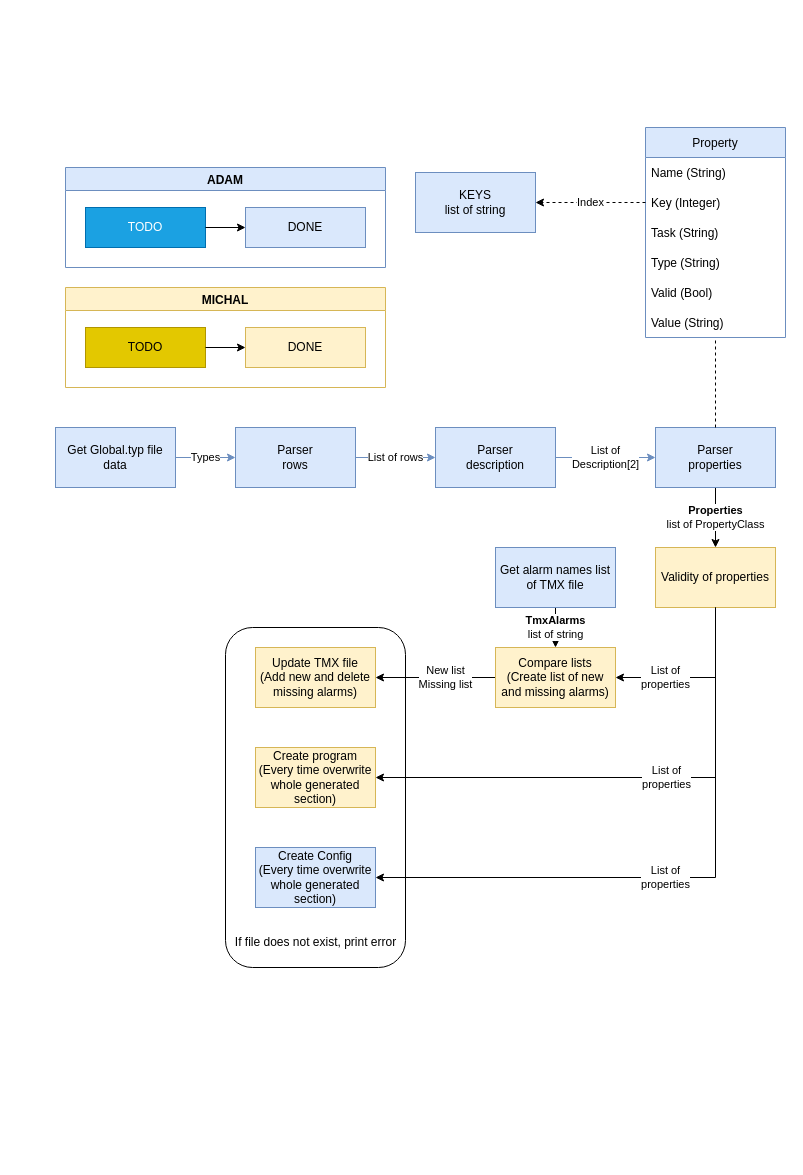
br-automation-community-oss/create-alarms keeps this draw.io diagram as CreateAlarms.drawio. Above is the earlier version. Source tidied: cells renumbered, new cells numbered last; positions are measured from the earlier drawing's top-left corner, leaving out a move shared by most shapes. Both pictures are drawn from the tidied source at 100%, with x=0, y=0 at pixel (55, 127).
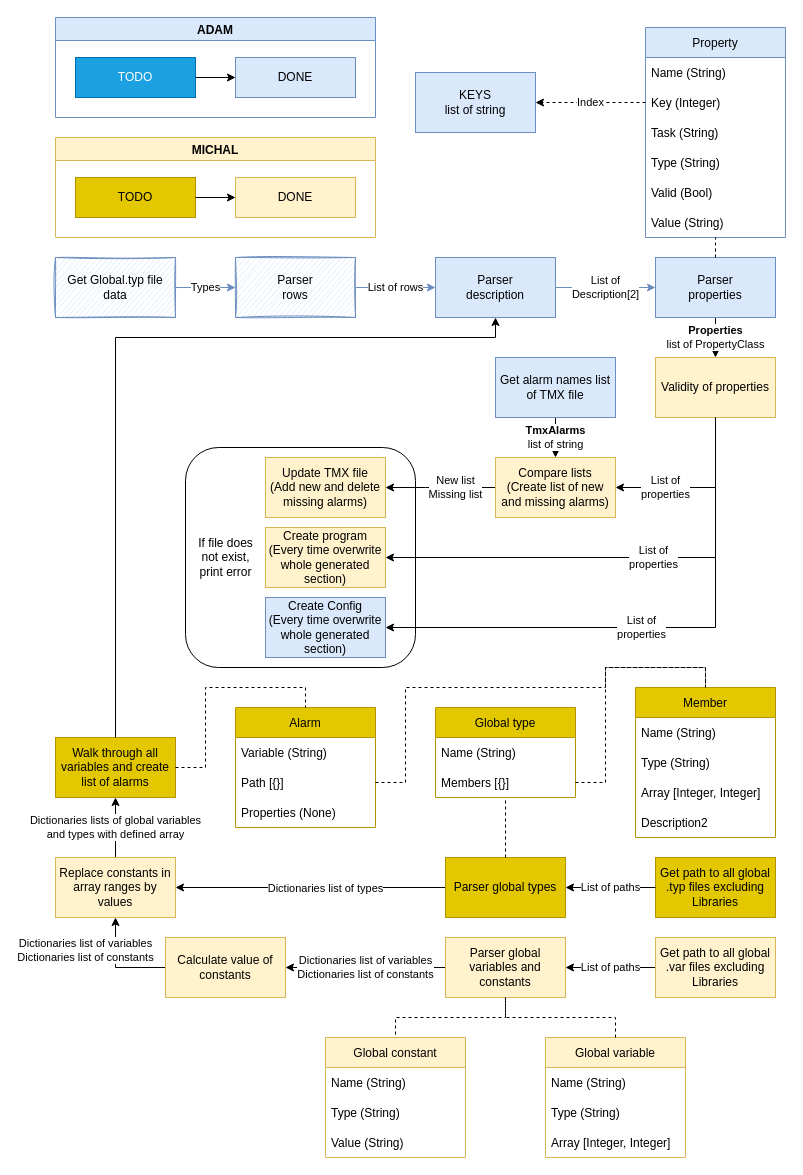
The same page after the edit.

The edit, as a diff of the source:
```diff
@@
     <mxCell id="2" style="rounded=1;whiteSpace=wrap;html=1;labelBackgroundColor=none;" parent="1" vertex="1">
-      <mxGeometry x="170" y="500" width="180" height="340" as="geometry" />
+      <mxGeometry x="130" y="320" width="230" height="220" as="geometry" />
     </mxCell>
     <mxCell id="3" value="Property" style="swimlane;fontStyle=0;horizontal=1;startSize=30;fillColor=#dae8fc;strokeColor=#6c8ebf;" parent="1" vertex="1">
-      <mxGeometry x="590" width="140" height="210" as="geometry" />
+      <mxGeometry x="590" y="-100" width="140" height="210" as="geometry" />
     </mxCell>
@@
     <mxCell id="11" value="Parser&lt;br&gt;description" style="rounded=0;whiteSpace=wrap;html=1;fillColor=#dae8fc;strokeColor=#6c8ebf;" parent="1" vertex="1">
-      <mxGeometry x="380" y="300" width="120" height="60" as="geometry" />
+      <mxGeometry x="380" y="130" width="120" height="60" as="geometry" />
     </mxCell>
@@
-    <mxCell id="13" value="Parser&lt;br&gt;rows" style="rounded=0;whiteSpace=wrap;html=1;fillColor=#dae8fc;strokeColor=#6c8ebf;" parent="1" vertex="1">
-      <mxGeometry x="180" y="300" width="120" height="60" as="geometry" />
+    <mxCell id="13" value="Parser&lt;br&gt;rows" style="rounded=0;whiteSpace=wrap;html=1;fillColor=#dae8fc;strokeColor=#6c8ebf;gradientDirection=west;glass=0;shadow=0;sketch=1;" parent="1" vertex="1">
+      <mxGeometry x="180" y="130" width="120" height="60" as="geometry" />
     </mxCell>
@@
     <mxCell id="15" value="Parser&lt;br&gt;properties" style="rounded=0;whiteSpace=wrap;html=1;fillColor=#dae8fc;strokeColor=#6c8ebf;" parent="1" vertex="1">
-      <mxGeometry x="600" y="300" width="120" height="60" as="geometry" />
+      <mxGeometry x="600" y="130" width="120" height="60" as="geometry" />
     </mxCell>
@@
     <mxCell id="17" value="List of&lt;br&gt;properties" style="edgeStyle=orthogonalEdgeStyle;rounded=0;jettySize=auto;html=1;entryX=1;entryY=0.5;entryDx=0;entryDy=0;" parent="1" edge="1" source="18" target="21">
       <mxGeometry x="-0.14" relative="1" as="geometry">
         <Array as="points">
-          <mxPoint x="660" y="650" />
+          <mxPoint x="660" y="430" />
         </Array>
       </mxGeometry>
     </mxCell>
     <mxCell id="18" value="Validity&amp;nbsp;of properties" style="rounded=0;whiteSpace=wrap;html=1;fillColor=#fff2cc;strokeColor=#d6b656;" parent="1" vertex="1">
-      <mxGeometry x="600" y="420" width="120" height="60" as="geometry" />
+      <mxGeometry x="600" y="230" width="120" height="60" as="geometry" />
     </mxCell>
     <mxCell id="19" value="KEYS&lt;br&gt;list of string" style="rounded=0;whiteSpace=wrap;html=1;fillColor=#dae8fc;strokeColor=#6c8ebf;" parent="1" vertex="1">
-      <mxGeometry x="360" y="45" width="120" height="60" as="geometry" />
+      <mxGeometry x="360" y="-55" width="120" height="60" as="geometry" />
     </mxCell>
@@
     <mxCell id="21" value="Create program&lt;br&gt;(Every time overwrite whole generated section)" style="whiteSpace=wrap;html=1;rounded=0;fillColor=#fff2cc;strokeColor=#d6b656;" parent="1" vertex="1">
-      <mxGeometry x="200" y="620" width="120" height="60" as="geometry" />
+      <mxGeometry x="210" y="400" width="120" height="60" as="geometry" />
     </mxCell>
     <mxCell id="22" value="Create Config&lt;br&gt;(Every time overwrite whole generated section)" style="whiteSpace=wrap;html=1;rounded=0;fillColor=#dae8fc;strokeColor=#6c8ebf;" parent="1" vertex="1">
-      <mxGeometry x="200" y="720" width="120" height="60" as="geometry" />
+      <mxGeometry x="210" y="470" width="120" height="60" as="geometry" />
     </mxCell>
@@
-    <mxCell id="24" value="Get Global.typ file data" style="rounded=0;whiteSpace=wrap;html=1;fillColor=#dae8fc;strokeColor=#6c8ebf;" parent="1" vertex="1">
-      <mxGeometry y="300" width="120" height="60" as="geometry" />
+    <mxCell id="24" value="Get Global.typ file data" style="rounded=0;whiteSpace=wrap;html=1;fillColor=#dae8fc;strokeColor=#6c8ebf;gradientDirection=west;glass=0;shadow=0;sketch=1;" parent="1" vertex="1">
+      <mxGeometry y="130" width="120" height="60" as="geometry" />
     </mxCell>
     <mxCell id="25" value="List of&lt;br&gt;properties" style="edgeStyle=orthogonalEdgeStyle;rounded=0;jettySize=auto;html=1;entryX=1;entryY=0.5;entryDx=0;entryDy=0;exitX=0.5;exitY=1;exitDx=0;exitDy=0;" parent="1" edge="1" source="18" target="22">
       <mxGeometry x="0.05" relative="1" as="geometry">
         <Array as="points">
-          <mxPoint x="660" y="750" />
+          <mxPoint x="660" y="500" />
         </Array>
       </mxGeometry>
     </mxCell>
     <mxCell id="26" value="New list&lt;br&gt;Missing list" style="edgeStyle=orthogonalEdgeStyle;rounded=0;jettySize=auto;html=1;" parent="1" edge="1" source="27" target="32">
-      <mxGeometry x="-0.17" relative="1" as="geometry" />
+      <mxGeometry x="-0.27" relative="1" as="geometry">
+        <Array as="points">
+          <mxPoint x="370" y="360" />
+          <mxPoint x="370" y="360" />
+        </Array>
+      </mxGeometry>
     </mxCell>
     <mxCell id="27" value="Compare lists&lt;br&gt;(Create list of new and missing alarms)" style="rounded=0;whiteSpace=wrap;html=1;fillColor=#fff2cc;strokeColor=#d6b656;" parent="1" vertex="1">
-      <mxGeometry x="440" y="520" width="120" height="60" as="geometry" />
+      <mxGeometry x="440" y="330" width="120" height="60" as="geometry" />
     </mxCell>
@@
     <mxCell id="29" value="Get alarm names list of TMX file" style="rounded=0;whiteSpace=wrap;html=1;fillColor=#dae8fc;strokeColor=#6c8ebf;" parent="1" vertex="1">
-      <mxGeometry x="440" y="420" width="120" height="60" as="geometry" />
+      <mxGeometry x="440" y="230" width="120" height="60" as="geometry" />
     </mxCell>
     <mxCell id="30" value="List of&lt;br&gt;properties" style="edgeStyle=orthogonalEdgeStyle;rounded=0;jettySize=auto;html=1;entryX=1;entryY=0.5;entryDx=0;entryDy=0;exitX=0.5;exitY=1;exitDx=0;exitDy=0;" parent="1" edge="1" source="18" target="27">
       <mxGeometry x="0.41" relative="1" as="geometry">
         <Array as="points">
-          <mxPoint x="660" y="550" />
+          <mxPoint x="660" y="360" />
         </Array>
       </mxGeometry>
     </mxCell>
-    <mxCell id="31" value="If file does not exist, print error" style="text;html=1;align=center;verticalAlign=middle;strokeColor=none;fillColor=none;" parent="1" vertex="1">
-      <mxGeometry x="170" y="805" width="180" height="20" as="geometry" />
+    <mxCell id="31" value="If file does&lt;br&gt;not exist,&lt;br&gt;print error" style="text;html=1;align=center;verticalAlign=middle;strokeColor=none;fillColor=none;" parent="1" vertex="1">
+      <mxGeometry x="135" y="405" width="70" height="50" as="geometry" />
     </mxCell>
     <mxCell id="32" value="Update TMX file&lt;br&gt;(Add new and delete missing alarms)" style="rounded=0;whiteSpace=wrap;html=1;fillColor=#fff2cc;strokeColor=#d6b656;" parent="1" vertex="1">
-      <mxGeometry x="200" y="520" width="120" height="60" as="geometry" />
+      <mxGeometry x="210" y="330" width="120" height="60" as="geometry" />
     </mxCell>
     <mxCell id="33" value="ADAM" style="swimlane;fillColor=#dae8fc;strokeColor=#6c8ebf;" parent="1" vertex="1">
-      <mxGeometry x="10" y="40" width="320" height="100" as="geometry" />
+      <mxGeometry y="-110" width="320" height="100" as="geometry" />
     </mxCell>
@@
     <mxCell id="37" value="MICHAL" style="swimlane;fillColor=#fff2cc;strokeColor=#d6b656;" parent="1" vertex="1">
-      <mxGeometry x="10" y="160" width="320" height="100" as="geometry" />
+      <mxGeometry y="10" width="320" height="100" as="geometry" />
     </mxCell>
@@
+    <mxCell id="41" value="List of paths" style="edgeStyle=orthogonalEdgeStyle;rounded=0;jettySize=auto;html=1;" parent="1" edge="1" source="42" target="44">
+      <mxGeometry relative="1" as="geometry" />
+    </mxCell>
+    <mxCell id="42" value="Get path to all global .var files excluding Libraries" style="rounded=0;whiteSpace=wrap;html=1;fillColor=#fff2cc;strokeColor=#d6b656;" parent="1" vertex="1">
+      <mxGeometry x="600" y="810" width="120" height="60" as="geometry" />
+    </mxCell>
+    <mxCell id="43" value="Dictionaries list of variables&lt;br&gt;Dictionaries list of constants" style="edgeStyle=orthogonalEdgeStyle;rounded=0;jettySize=auto;html=1;" parent="1" edge="1" source="44" target="56">
+      <mxGeometry relative="1" as="geometry" />
+    </mxCell>
+    <mxCell id="44" value="Parser global variables and constants" style="whiteSpace=wrap;html=1;rounded=0;strokeColor=#d6b656;fillColor=#fff2cc;" parent="1" vertex="1">
+      <mxGeometry x="390" y="810" width="120" height="60" as="geometry" />
+    </mxCell>
+    <mxCell id="45" value="Global variable" style="swimlane;fontStyle=0;horizontal=1;startSize=30;fillColor=#fff2cc;strokeColor=#d6b656;" parent="1" vertex="1">
+      <mxGeometry x="490" y="910" width="140" height="120" as="geometry" />
+    </mxCell>
+    <mxCell id="46" value="Name (String)" style="text;strokeColor=none;fillColor=none;align=left;verticalAlign=middle;spacingLeft=4;spacingRight=4;overflow=hidden;" parent="45" vertex="1">
+      <mxGeometry y="30" width="140" height="30" as="geometry" />
+    </mxCell>
+    <mxCell id="47" value="Type (String)" style="text;strokeColor=none;fillColor=none;align=left;verticalAlign=middle;spacingLeft=4;spacingRight=4;overflow=hidden;" parent="45" vertex="1">
+      <mxGeometry y="60" width="140" height="30" as="geometry" />
+    </mxCell>
+    <mxCell id="48" value="Array [Integer, Integer]" style="text;strokeColor=none;fillColor=none;align=left;verticalAlign=middle;spacingLeft=4;spacingRight=4;overflow=hidden;" parent="45" vertex="1">
+      <mxGeometry y="90" width="140" height="30" as="geometry" />
+    </mxCell>
+    <mxCell id="49" style="endArrow=none;dashed=1;html=1;rounded=0;entryX=0.5;entryY=1;entryDx=0;entryDy=0;exitX=0.5;exitY=0;exitDx=0;exitDy=0;" parent="1" edge="1" source="45" target="44">
+      <mxGeometry relative="1" as="geometry">
+        <Array as="points">
+          <mxPoint x="560" y="890" />
+          <mxPoint x="450" y="890" />
+        </Array>
+      </mxGeometry>
+    </mxCell>
+    <mxCell id="50" value="Global constant" style="swimlane;fontStyle=0;horizontal=1;startSize=30;fillColor=#fff2cc;strokeColor=#d6b656;" parent="1" vertex="1">
+      <mxGeometry x="270" y="910" width="140" height="120" as="geometry" />
+    </mxCell>
+    <mxCell id="51" value="Name (String)" style="text;strokeColor=none;fillColor=none;align=left;verticalAlign=middle;spacingLeft=4;spacingRight=4;overflow=hidden;" parent="50" vertex="1">
+      <mxGeometry y="30" width="140" height="30" as="geometry" />
+    </mxCell>
+    <mxCell id="52" value="Type (String)" style="text;strokeColor=none;fillColor=none;align=left;verticalAlign=middle;spacingLeft=4;spacingRight=4;overflow=hidden;" parent="50" vertex="1">
+      <mxGeometry y="60" width="140" height="30" as="geometry" />
+    </mxCell>
+    <mxCell id="53" value="Value (String)" style="text;strokeColor=none;fillColor=none;align=left;verticalAlign=middle;spacingLeft=4;spacingRight=4;overflow=hidden;" parent="50" vertex="1">
+      <mxGeometry y="90" width="140" height="30" as="geometry" />
+    </mxCell>
+    <mxCell id="54" style="endArrow=none;dashed=1;html=1;rounded=0;exitX=0.5;exitY=1;exitDx=0;exitDy=0;entryX=0.5;entryY=0;entryDx=0;entryDy=0;" parent="1" edge="1" source="44" target="50">
+      <mxGeometry relative="1" as="geometry">
+        <Array as="points">
+          <mxPoint x="450" y="890" />
+          <mxPoint x="340" y="890" />
+        </Array>
+      </mxGeometry>
+    </mxCell>
+    <mxCell id="55" value="Dictionaries list of variables&lt;br&gt;Dictionaries list of constants" style="edgeStyle=orthogonalEdgeStyle;rounded=0;jettySize=auto;html=1;exitX=0;exitY=0.5;exitDx=0;exitDy=0;" parent="1" edge="1" source="56" target="58">
+      <mxGeometry x="0.33" y="30" relative="1" as="geometry" />
+    </mxCell>
+    <mxCell id="56" value="Calculate value of constants" style="whiteSpace=wrap;html=1;rounded=0;strokeColor=#d6b656;fillColor=#fff2cc;" parent="1" vertex="1">
+      <mxGeometry x="110" y="810" width="120" height="60" as="geometry" />
+    </mxCell>
+    <mxCell id="57" value="Dictionaries lists of global variables&lt;br&gt;and types with defined array" style="edgeStyle=orthogonalEdgeStyle;rounded=0;jettySize=auto;html=1;" parent="1" edge="1" source="58" target="59">
+      <mxGeometry relative="1" as="geometry" />
+    </mxCell>
+    <mxCell id="58" value="Replace constants in array ranges by values" style="whiteSpace=wrap;html=1;rounded=0;strokeColor=#d6b656;fillColor=#fff2cc;" parent="1" vertex="1">
+      <mxGeometry y="730" width="120" height="60" as="geometry" />
+    </mxCell>
+    <mxCell id="59" value="Walk through all variables and create list of alarms" style="whiteSpace=wrap;html=1;rounded=0;strokeColor=#B09500;fillColor=#e3c800;fontColor=#000000;" parent="1" vertex="1">
+      <mxGeometry y="610" width="120" height="60" as="geometry" />
+    </mxCell>
+    <mxCell id="60" style="edgeStyle=orthogonalEdgeStyle;rounded=0;jettySize=auto;html=1;entryX=1;entryY=0.5;entryDx=0;entryDy=0;exitX=0;exitY=0.5;exitDx=0;exitDy=0;" parent="1" edge="1" source="64" target="58">
+      <mxGeometry relative="1" as="geometry" />
+    </mxCell>
+    <mxCell id="61" value="Dictionaries list of types" style="edgeLabel;html=1;align=center;verticalAlign=middle;" parent="60" vertex="1">
+      <mxGeometry x="-0.46" y="1" relative="1" as="geometry">
+        <mxPoint x="-48" y="-1" as="offset" />
+      </mxGeometry>
+    </mxCell>
+    <mxCell id="62" value="Get path to all global .typ files excluding Libraries" style="whiteSpace=wrap;html=1;rounded=0;strokeColor=#B09500;fillColor=#e3c800;fontColor=#000000;" parent="1" vertex="1">
+      <mxGeometry x="600" y="730" width="120" height="60" as="geometry" />
+    </mxCell>
+    <mxCell id="63" value="List of paths" style="edgeStyle=orthogonalEdgeStyle;rounded=0;jettySize=auto;html=1;exitX=0;exitY=0.5;exitDx=0;exitDy=0;" parent="1" edge="1" source="62" target="64">
+      <mxGeometry relative="1" as="geometry" />
+    </mxCell>
+    <mxCell id="64" value="Parser global types" style="whiteSpace=wrap;html=1;rounded=0;strokeColor=#B09500;fillColor=#e3c800;fontColor=#000000;" parent="1" vertex="1">
+      <mxGeometry x="390" y="730" width="120" height="60" as="geometry" />
+    </mxCell>
+    <mxCell id="65" value="Global type" style="swimlane;fontStyle=0;horizontal=1;startSize=30;fillColor=#e3c800;strokeColor=#B09500;fontColor=#000000;" parent="1" vertex="1">
+      <mxGeometry x="380" y="580" width="140" height="90" as="geometry" />
+    </mxCell>
+    <mxCell id="66" value="Name (String)" style="text;align=left;verticalAlign=middle;spacingLeft=4;spacingRight=4;overflow=hidden;" parent="65" vertex="1">
+      <mxGeometry y="30" width="140" height="30" as="geometry" />
+    </mxCell>
+    <mxCell id="67" value="Members [{}]" style="text;strokeColor=none;fillColor=none;align=left;verticalAlign=middle;spacingLeft=4;spacingRight=4;overflow=hidden;points=[[0,0.5],[1,0.5]];portConstraint=eastwest;" parent="65" vertex="1">
+      <mxGeometry y="60" width="140" height="30" as="geometry" />
+    </mxCell>
+    <mxCell id="68" style="endArrow=none;dashed=1;html=1;rounded=0;entryX=0.5;entryY=0;entryDx=0;entryDy=0;exitX=0.5;exitY=1.1;exitDx=0;exitDy=0;exitPerimeter=0;" parent="1" edge="1" source="67" target="64">
+      <mxGeometry relative="1" as="geometry" />
+    </mxCell>
+    <mxCell id="69" style="endArrow=none;dashed=1;html=1;rounded=0;exitX=1;exitY=0.5;exitDx=0;exitDy=0;entryX=0.5;entryY=0;entryDx=0;entryDy=0;" parent="1" edge="1" source="67" target="70">
+      <mxGeometry relative="1" as="geometry">
+        <Array as="points">
+          <mxPoint x="550" y="655" />
+          <mxPoint x="550" y="540" />
+          <mxPoint x="650" y="540" />
+        </Array>
+      </mxGeometry>
+    </mxCell>
+    <mxCell id="70" value="Member" style="swimlane;fontStyle=0;horizontal=1;startSize=30;fillColor=#e3c800;strokeColor=#B09500;fontColor=#000000;" parent="1" vertex="1">
+      <mxGeometry x="580" y="560" width="140" height="150" as="geometry" />
+    </mxCell>
+    <mxCell id="71" value="Name (String)" style="text;strokeColor=none;fillColor=none;align=left;verticalAlign=middle;spacingLeft=4;spacingRight=4;overflow=hidden;" parent="70" vertex="1">
+      <mxGeometry y="30" width="140" height="30" as="geometry" />
+    </mxCell>
+    <mxCell id="72" value="Type (String)" style="text;strokeColor=none;fillColor=none;align=left;verticalAlign=middle;spacingLeft=4;spacingRight=4;overflow=hidden;" parent="70" vertex="1">
+      <mxGeometry y="60" width="140" height="30" as="geometry" />
+    </mxCell>
+    <mxCell id="73" value="Array [Integer, Integer]" style="text;strokeColor=none;fillColor=none;align=left;verticalAlign=middle;spacingLeft=4;spacingRight=4;overflow=hidden;" parent="70" vertex="1">
+      <mxGeometry y="90" width="140" height="30" as="geometry" />
+    </mxCell>
+    <mxCell id="74" value="Description2" style="text;strokeColor=none;fillColor=none;align=left;verticalAlign=middle;spacingLeft=4;spacingRight=4;overflow=hidden;" parent="70" vertex="1">
+      <mxGeometry y="120" width="140" height="30" as="geometry" />
+    </mxCell>
+    <mxCell id="75" value="Alarm" style="swimlane;fontStyle=0;horizontal=1;startSize=30;fillColor=#e3c800;strokeColor=#B09500;fontColor=#000000;" parent="1" vertex="1">
+      <mxGeometry x="180" y="580" width="140" height="120" as="geometry" />
+    </mxCell>
+    <mxCell id="76" value="Variable (String)" style="text;strokeColor=none;fillColor=none;align=left;verticalAlign=middle;spacingLeft=4;spacingRight=4;overflow=hidden;" parent="75" vertex="1">
+      <mxGeometry y="30" width="140" height="30" as="geometry" />
+    </mxCell>
+    <mxCell id="77" value="Path [{}]" style="text;strokeColor=none;fillColor=none;align=left;verticalAlign=middle;spacingLeft=4;spacingRight=4;overflow=hidden;points=[[0,0.5],[1,0.5]];portConstraint=eastwest;" parent="75" vertex="1">
+      <mxGeometry y="60" width="140" height="30" as="geometry" />
+    </mxCell>
+    <mxCell id="78" value="Properties (None)" style="text;strokeColor=none;fillColor=none;align=left;verticalAlign=middle;spacingLeft=4;spacingRight=4;overflow=hidden;" parent="75" vertex="1">
+      <mxGeometry y="90" width="140" height="30" as="geometry" />
+    </mxCell>
+    <mxCell id="79" style="endArrow=none;dashed=1;html=1;rounded=0;entryX=0.5;entryY=0;entryDx=0;entryDy=0;exitX=1;exitY=0.5;exitDx=0;exitDy=0;" parent="1" edge="1" source="77" target="70">
+      <mxGeometry relative="1" as="geometry">
+        <Array as="points">
+          <mxPoint x="350" y="655" />
+          <mxPoint x="350" y="560" />
+          <mxPoint x="550" y="560" />
+          <mxPoint x="550" y="540" />
+          <mxPoint x="650" y="540" />
+        </Array>
+      </mxGeometry>
+    </mxCell>
+    <mxCell id="80" style="endArrow=none;dashed=1;html=1;rounded=0;entryX=0.5;entryY=0;entryDx=0;entryDy=0;exitX=1;exitY=0.5;exitDx=0;exitDy=0;" parent="1" edge="1" source="59" target="75">
+      <mxGeometry relative="1" as="geometry">
+        <Array as="points">
+          <mxPoint x="150" y="640" />
+          <mxPoint x="150" y="560" />
+          <mxPoint x="250" y="560" />
+        </Array>
+      </mxGeometry>
+    </mxCell>
+    <mxCell id="81" style="endArrow=classic;html=1;rounded=0;exitX=0.5;exitY=0;exitDx=0;exitDy=0;entryX=0.5;entryY=1;entryDx=0;entryDy=0;" parent="1" edge="1" source="59" target="11">
+      <mxGeometry relative="1" as="geometry">
+        <Array as="points">
+          <mxPoint x="60" y="210" />
+          <mxPoint x="440" y="210" />
+        </Array>
+      </mxGeometry>
+    </mxCell>
```
